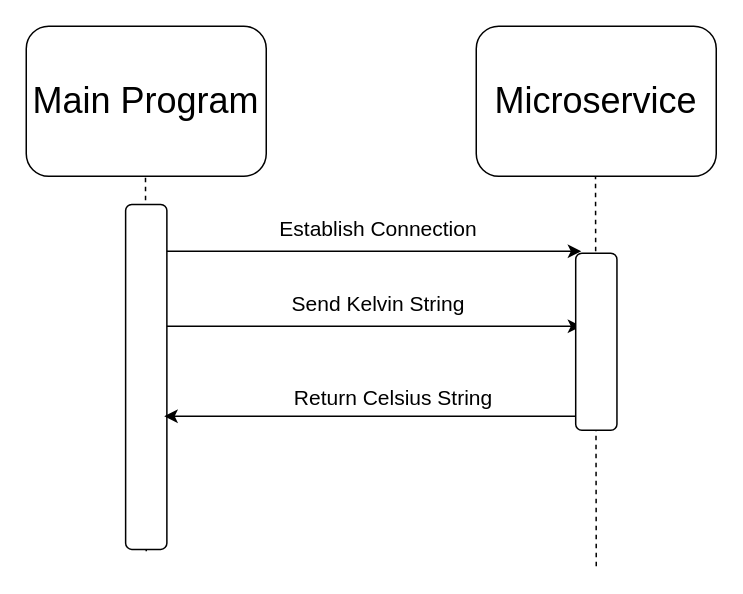
This is UML.drawio from SkylarEade/CS261, a draw.io file, before an edit. Source tidied: cells renumbered, new cells numbered last; positions are measured from the earlier drawing's top-left corner, leaving out a move shared by most shapes. Both pictures are drawn from the tidied source at 150%, with x=0, y=0 at pixel (-27, 26).
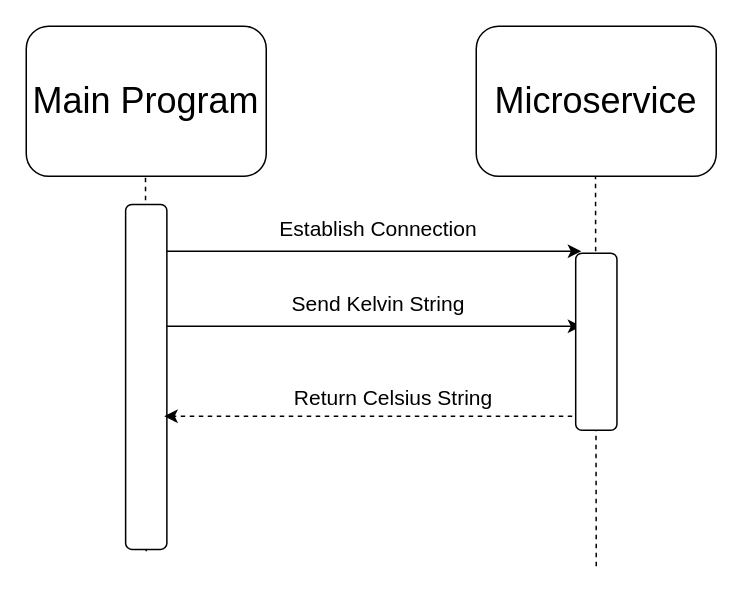
After the change.

What changed in the source:
```diff
@@
 <mxGraphModel>
   <root>
     <mxCell id="0" />
     <mxCell id="1" parent="0" />
     <mxCell id="2" style="endArrow=none;dashed=1;html=1;rounded=0;" parent="1" edge="1">
       <mxGeometry relative="1" as="geometry">
         <mxPoint x="415" y="360" as="sourcePoint" />
         <mxPoint x="414.5" y="90" as="targetPoint" />
       </mxGeometry>
     </mxCell>
     <mxCell id="3" value="&lt;font style=&quot;font-size: 24px;&quot;&gt;Main Program&lt;/font&gt;" style="rounded=1;whiteSpace=wrap;html=1;" parent="1" vertex="1">
       <mxGeometry x="35" width="160" height="100" as="geometry" />
     </mxCell>
     <mxCell id="4" value="&lt;span style=&quot;font-size: 24px;&quot;&gt;Microservice&lt;/span&gt;" style="rounded=1;whiteSpace=wrap;html=1;" parent="1" vertex="1">
       <mxGeometry x="335" width="160" height="100" as="geometry" />
     </mxCell>
     <mxCell id="5" style="endArrow=none;dashed=1;html=1;rounded=0;" parent="1" edge="1">
       <mxGeometry relative="1" as="geometry">
         <mxPoint x="115" y="350" as="sourcePoint" />
         <mxPoint x="114.5" y="100" as="targetPoint" />
       </mxGeometry>
     </mxCell>
     <mxCell id="6" style="endArrow=classic;html=1;rounded=0;" parent="1" edge="1">
       <mxGeometry relative="1" as="geometry">
         <mxPoint x="125" y="150" as="sourcePoint" />
         <mxPoint x="405" y="150" as="targetPoint" />
       </mxGeometry>
     </mxCell>
     <mxCell id="7" value="&lt;font style=&quot;font-size: 14px;&quot;&gt;Establish Connection&lt;/font&gt;" style="text;html=1;strokeColor=none;fillColor=none;align=center;verticalAlign=middle;whiteSpace=wrap;rounded=0;" parent="1" vertex="1">
       <mxGeometry x="195" y="120" width="150" height="30" as="geometry" />
     </mxCell>
     <mxCell id="8" style="endArrow=classic;html=1;rounded=0;" parent="1" edge="1">
       <mxGeometry relative="1" as="geometry">
         <mxPoint x="125" y="200" as="sourcePoint" />
         <mxPoint x="405" y="200" as="targetPoint" />
       </mxGeometry>
     </mxCell>
     <mxCell id="9" value="&lt;font style=&quot;font-size: 14px;&quot;&gt;Send Kelvin String&lt;/font&gt;" style="text;html=1;strokeColor=none;fillColor=none;align=center;verticalAlign=middle;whiteSpace=wrap;rounded=0;" parent="1" vertex="1">
       <mxGeometry x="195" y="170" width="150" height="30" as="geometry" />
     </mxCell>
     <mxCell id="10" style="rounded=1;whiteSpace=wrap;html=1;rotation=90;" parent="1" vertex="1">
       <mxGeometry y="220" width="230" height="27.5" as="geometry" />
     </mxCell>
-    <mxCell id="11" style="endArrow=classic;html=1;rounded=0;entryX=0.614;entryY=0.064;entryDx=0;entryDy=0;entryPerimeter=0;" parent="1" edge="1" target="10">
+    <mxCell id="11" style="endArrow=classic;html=1;rounded=0;entryX=0.614;entryY=0.064;entryDx=0;entryDy=0;entryPerimeter=0;dashed=1;" parent="1" edge="1" target="10">
       <mxGeometry relative="1" as="geometry">
         <mxPoint x="405" y="260" as="sourcePoint" />
       </mxGeometry>
     </mxCell>
     <mxCell id="12" style="rounded=1;whiteSpace=wrap;html=1;rotation=90;" parent="1" vertex="1">
       <mxGeometry x="356" y="196.6" width="118.1" height="27.5" as="geometry" />
     </mxCell>
     <mxCell id="13" value="&lt;span style=&quot;font-size: 14px;&quot;&gt;Return Celsius String&lt;/span&gt;" style="text;html=1;strokeColor=none;fillColor=none;align=center;verticalAlign=middle;whiteSpace=wrap;rounded=0;" parent="1" vertex="1">
       <mxGeometry x="205" y="233.1" width="150" height="30" as="geometry" />
     </mxCell>
   </root>
 </mxGraphModel>
```
